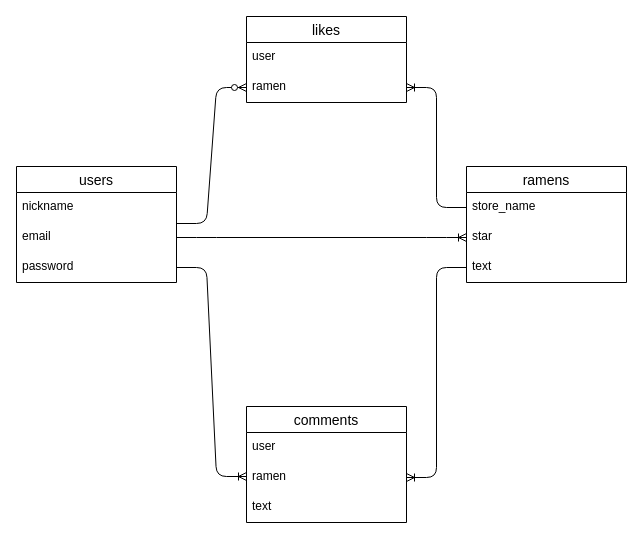
keita12/ramen-36399 keeps this draw.io diagram as ramen.dio. Above is the earlier version. Source tidied: cells renumbered, new cells numbered last; positions are measured from the earlier drawing's top-left corner, leaving out a move shared by most shapes. Both pictures are drawn from the tidied source at 100%, with x=0, y=0 at pixel (16, 16).
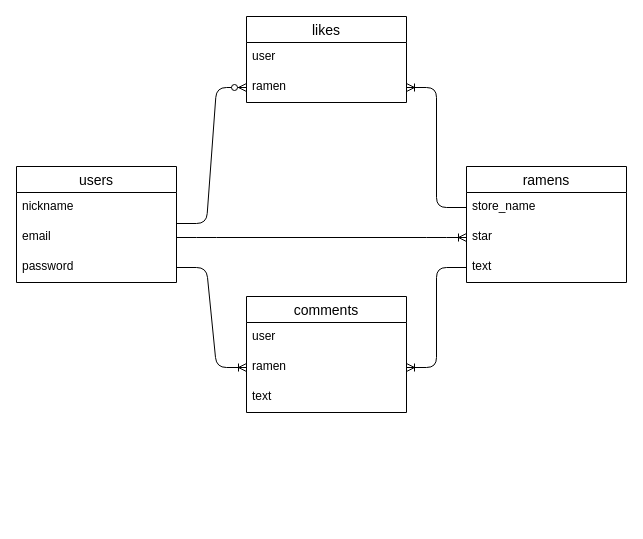
The same diagram, later.

The change refers to these unchanged cells:
```xml
<mxCell id="5" value="password" style="text;strokeColor=none;fillColor=none;spacingLeft=4;spacingRight=4;overflow=hidden;points=[[0,0.5],[1,0.5]];portConstraint=eastwest;fontSize=12;" parent="2" vertex="1">
  <mxGeometry y="86" width="160" height="30" as="geometry" />
</mxCell>
<mxCell id="12" value="ramen" style="text;strokeColor=none;fillColor=none;spacingLeft=4;spacingRight=4;overflow=hidden;points=[[0,0.5],[1,0.5]];portConstraint=eastwest;fontSize=12;" parent="10" vertex="1">
  <mxGeometry y="56" width="160" height="30" as="geometry" />
</mxCell>
```

Change to the diagram source:
```diff
@@
     <mxCell id="10" value="comments" style="swimlane;fontStyle=0;horizontal=1;startSize=26;align=center;fontSize=14;" parent="1" vertex="1">
-      <mxGeometry x="230" y="390" width="160" height="116" as="geometry" />
+      <mxGeometry x="230" y="280" width="160" height="116" as="geometry" />
     </mxCell>
@@
-    <mxCell id="15" style="edgeStyle=entityRelationEdgeStyle;fontSize=12;html=1;endArrow=ERoneToMany;exitX=1;exitY=0.5;exitDx=0;exitDy=0;" parent="1" edge="1" source="5">
-      <mxGeometry relative="1" as="geometry">
-        <mxPoint x="230" y="460" as="targetPoint" />
-      </mxGeometry>
+    <mxCell id="15" style="edgeStyle=entityRelationEdgeStyle;fontSize=12;html=1;endArrow=ERoneToMany;exitX=1;exitY=0.5;exitDx=0;exitDy=0;entryX=0;entryY=0.5;entryDx=0;entryDy=0;" parent="1" edge="1" source="5" target="12">
+      <mxGeometry relative="1" as="geometry" />
     </mxCell>
```
